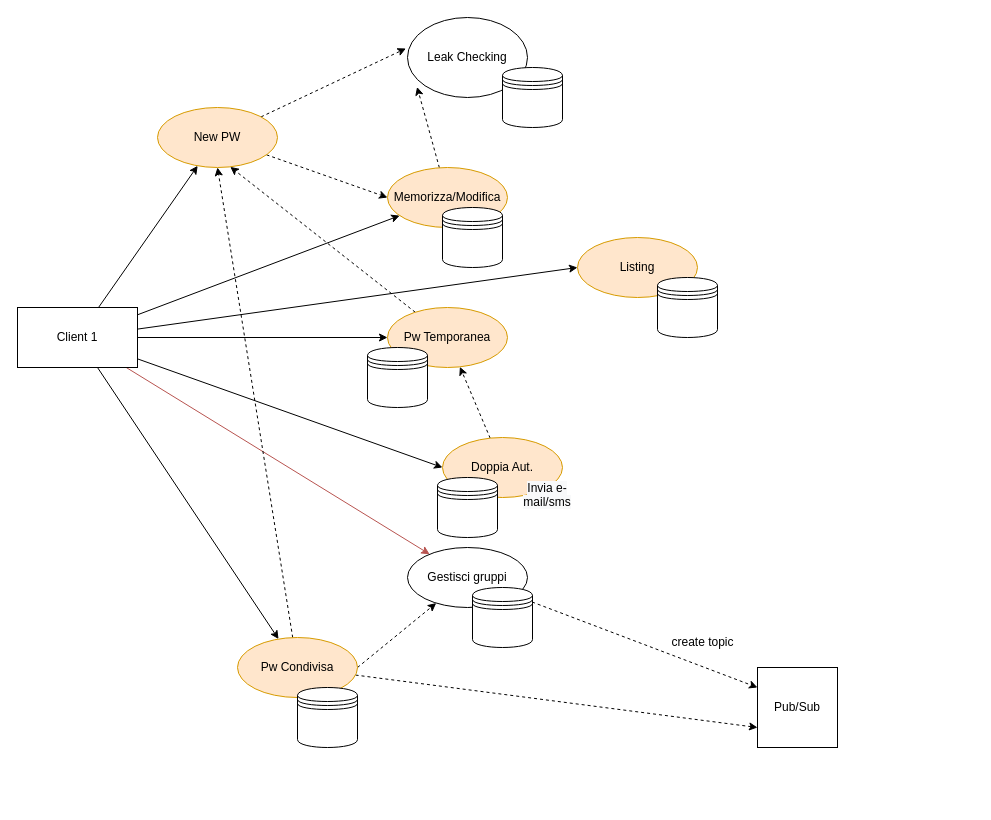
Before: page "Pagina-1" (1 of 2) of schema_microservices_sdcc.drawio in AlessDea/SDCC, a draw.io diagram. Source tidied: cells renumbered, new cells numbered last; positions are measured from the earlier drawing's top-left corner, leaving out a move shared by most shapes. Both pictures are drawn from the tidied source at 100%, with x=0, y=0 at pixel (17, 17).
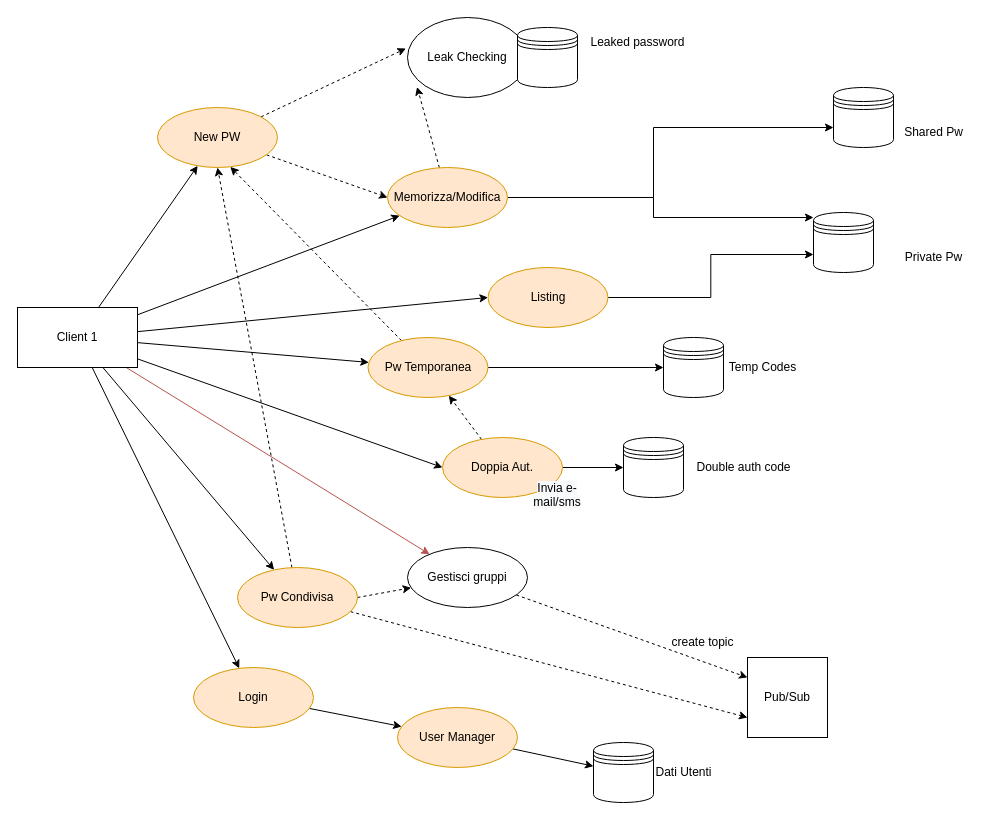
Above is the later version.

The change refers to these unchanged cells:
```xml
<mxCell id="9" value="Client 1" style="rounded=0;whiteSpace=wrap;html=1;" parent="1" vertex="1">
  <mxGeometry y="290" width="120" height="60" as="geometry" />
</mxCell>
<mxCell id="14" value="Memorizza/Modifica" style="ellipse;whiteSpace=wrap;html=1;rounded=0;fillColor=#ffe6cc;strokeColor=#d79b00;" parent="1" vertex="1">
  <mxGeometry x="370" y="150" width="120" height="60" as="geometry" />
</mxCell>
<mxCell id="17" value="Doppia Aut." style="ellipse;whiteSpace=wrap;html=1;rounded=0;fillColor=#ffe6cc;strokeColor=#d79b00;" parent="1" vertex="1">
  <mxGeometry x="425" y="420" width="120" height="60" as="geometry" />
</mxCell>
```

Change to the diagram source:
```diff
@@
+    <mxCell id="37" style="rounded=0;jettySize=auto;html=1;" parent="1" edge="1" source="9" target="49">
+      <mxGeometry relative="1" as="geometry" />
+    </mxCell>
@@
+    <mxCell id="38" style="edgeStyle=orthogonalEdgeStyle;rounded=0;jettySize=auto;html=1;" parent="1" edge="1" source="14" target="30">
+      <mxGeometry relative="1" as="geometry">
+        <Array as="points">
+          <mxPoint x="636" y="180" />
+          <mxPoint x="636" y="110" />
+        </Array>
+      </mxGeometry>
+    </mxCell>
+    <mxCell id="39" style="edgeStyle=orthogonalEdgeStyle;rounded=0;jettySize=auto;html=1;" parent="1" edge="1" source="14" target="32">
+      <mxGeometry relative="1" as="geometry">
+        <Array as="points">
+          <mxPoint x="636" y="180" />
+          <mxPoint x="636" y="200" />
+        </Array>
+      </mxGeometry>
+    </mxCell>
@@
+    <mxCell id="40" style="edgeStyle=orthogonalEdgeStyle;rounded=0;jettySize=auto;html=1;entryX=0;entryY=0.7;entryDx=0;entryDy=0;" parent="1" edge="1" source="15" target="32">
+      <mxGeometry relative="1" as="geometry" />
+    </mxCell>
     <mxCell id="15" value="Listing" style="ellipse;whiteSpace=wrap;html=1;rounded=0;fillColor=#ffe6cc;strokeColor=#d79b00;" parent="1" vertex="1">
-      <mxGeometry x="560" y="220" width="120" height="60" as="geometry" />
+      <mxGeometry x="470.5" y="250" width="120" height="60" as="geometry" />
     </mxCell>
@@
+    <mxCell id="41" style="edgeStyle=orthogonalEdgeStyle;rounded=0;jettySize=auto;html=1;entryX=0;entryY=0.5;entryDx=0;entryDy=0;" parent="1" edge="1" source="17" target="33">
+      <mxGeometry relative="1" as="geometry" />
+    </mxCell>
@@
+    <mxCell id="42" style="edgeStyle=orthogonalEdgeStyle;rounded=0;jettySize=auto;html=1;" parent="1" edge="1" source="19" target="35">
+      <mxGeometry relative="1" as="geometry" />
+    </mxCell>
     <mxCell id="19" value="Pw Temporanea" style="ellipse;whiteSpace=wrap;html=1;rounded=0;fillColor=#ffe6cc;strokeColor=#d79b00;" parent="1" vertex="1">
-      <mxGeometry x="370" y="290" width="120" height="60" as="geometry" />
+      <mxGeometry x="350.5" y="320" width="120" height="60" as="geometry" />
     </mxCell>
@@
     <mxCell id="23" value="Pw Condivisa" style="ellipse;whiteSpace=wrap;html=1;rounded=0;fillColor=#ffe6cc;strokeColor=#d79b00;" parent="1" vertex="1">
-      <mxGeometry x="220" y="620" width="120" height="60" as="geometry" />
+      <mxGeometry x="220" y="550" width="120" height="60" as="geometry" />
     </mxCell>
@@
     <mxCell id="25" value="Pub/Sub" style="whiteSpace=wrap;html=1;" parent="1" vertex="1">
-      <mxGeometry x="740" y="650" width="80" height="80" as="geometry" />
+      <mxGeometry x="730" y="640" width="80" height="80" as="geometry" />
     </mxCell>
@@
-    <mxCell id="29" style="shape=datastore;whiteSpace=wrap;html=1;" parent="1" vertex="1">
-      <mxGeometry x="280" y="670" width="60" height="60" as="geometry" />
-    </mxCell>
     <mxCell id="30" style="shape=datastore;whiteSpace=wrap;html=1;" parent="1" vertex="1">
-      <mxGeometry x="425" y="190" width="60" height="60" as="geometry" />
+      <mxGeometry x="816" y="70" width="60" height="60" as="geometry" />
     </mxCell>
     <mxCell id="31" style="shape=datastore;whiteSpace=wrap;html=1;" parent="1" vertex="1">
-      <mxGeometry x="485" y="50" width="60" height="60" as="geometry" />
+      <mxGeometry x="500" y="10" width="60" height="60" as="geometry" />
     </mxCell>
     <mxCell id="32" style="shape=datastore;whiteSpace=wrap;html=1;" parent="1" vertex="1">
-      <mxGeometry x="640" y="260" width="60" height="60" as="geometry" />
+      <mxGeometry x="796" y="195" width="60" height="60" as="geometry" />
     </mxCell>
     <mxCell id="33" style="shape=datastore;whiteSpace=wrap;html=1;" parent="1" vertex="1">
-      <mxGeometry x="420" y="460" width="60" height="60" as="geometry" />
+      <mxGeometry x="606" y="420" width="60" height="60" as="geometry" />
     </mxCell>
     <mxCell id="34" style="shape=datastore;whiteSpace=wrap;html=1;" parent="1" vertex="1">
-      <mxGeometry x="455" y="570" width="60" height="60" as="geometry" />
+      <mxGeometry x="576" y="725" width="60" height="60" as="geometry" />
     </mxCell>
     <mxCell id="35" style="shape=datastore;whiteSpace=wrap;html=1;" parent="1" vertex="1">
-      <mxGeometry x="350" y="330" width="60" height="60" as="geometry" />
+      <mxGeometry x="646" y="320" width="60" height="60" as="geometry" />
     </mxCell>
     <mxCell id="36" value="&#10;&lt;span style=&quot;color: rgb(0, 0, 0); font-family: Helvetica; font-size: 12px; font-style: normal; font-variant-ligatures: normal; font-variant-caps: normal; font-weight: 400; letter-spacing: normal; orphans: 2; text-align: center; text-indent: 0px; text-transform: none; widows: 2; word-spacing: 0px; -webkit-text-stroke-width: 0px; background-color: rgb(248, 249, 250); text-decoration-thickness: initial; text-decoration-style: initial; text-decoration-color: initial; float: none; display: inline !important;&quot;&gt;Invia e-mail/sms&lt;/span&gt;&#10;&#10;" style="text;html=1;strokeColor=none;fillColor=none;align=center;verticalAlign=middle;whiteSpace=wrap;rounded=0;" parent="1" vertex="1">
-      <mxGeometry x="500" y="470" width="60" height="30" as="geometry" />
+      <mxGeometry x="510" y="470" width="60" height="30" as="geometry" />
     </mxCell>
+    <mxCell id="43" value="Shared Pw" style="text;html=1;align=center;verticalAlign=middle;strokeColor=none;fillColor=none;" parent="1" vertex="1">
+      <mxGeometry x="876" y="100" width="80" height="30" as="geometry" />
+    </mxCell>
+    <mxCell id="44" value="Private Pw" style="text;html=1;align=center;verticalAlign=middle;strokeColor=none;fillColor=none;" parent="1" vertex="1">
+      <mxGeometry x="876" y="225" width="80" height="30" as="geometry" />
+    </mxCell>
+    <mxCell id="45" value="Leaked password" style="text;html=1;align=center;verticalAlign=middle;strokeColor=none;fillColor=none;" parent="1" vertex="1">
+      <mxGeometry x="560" y="10" width="120" height="30" as="geometry" />
+    </mxCell>
+    <mxCell id="46" value="Temp Codes" style="text;html=1;align=center;verticalAlign=middle;strokeColor=none;fillColor=none;" parent="1" vertex="1">
+      <mxGeometry x="700" y="335" width="90" height="30" as="geometry" />
+    </mxCell>
+    <mxCell id="47" value="Double auth code" style="text;html=1;align=center;verticalAlign=middle;strokeColor=none;fillColor=none;" parent="1" vertex="1">
+      <mxGeometry x="666" y="435" width="120" height="30" as="geometry" />
+    </mxCell>
+    <mxCell id="48" style="edgeStyle=none;rounded=0;jettySize=auto;html=1;" parent="1" edge="1" source="49" target="51">
+      <mxGeometry relative="1" as="geometry" />
+    </mxCell>
+    <mxCell id="49" value="Login" style="ellipse;whiteSpace=wrap;html=1;rounded=0;fillColor=#ffe6cc;strokeColor=#d79b00;" parent="1" vertex="1">
+      <mxGeometry x="176" y="650" width="120" height="60" as="geometry" />
+    </mxCell>
+    <mxCell id="50" style="edgeStyle=none;rounded=0;jettySize=auto;html=1;" parent="1" edge="1" source="51" target="34">
+      <mxGeometry relative="1" as="geometry" />
+    </mxCell>
+    <mxCell id="51" value="User Manager" style="ellipse;whiteSpace=wrap;html=1;rounded=0;fillColor=#ffe6cc;strokeColor=#d79b00;" parent="1" vertex="1">
+      <mxGeometry x="380" y="690" width="120" height="60" as="geometry" />
+    </mxCell>
+    <mxCell id="52" value="Dati Utenti" style="text;html=1;align=center;verticalAlign=middle;strokeColor=none;fillColor=none;" parent="1" vertex="1">
+      <mxGeometry x="626" y="740" width="80" height="30" as="geometry" />
+    </mxCell>
```
